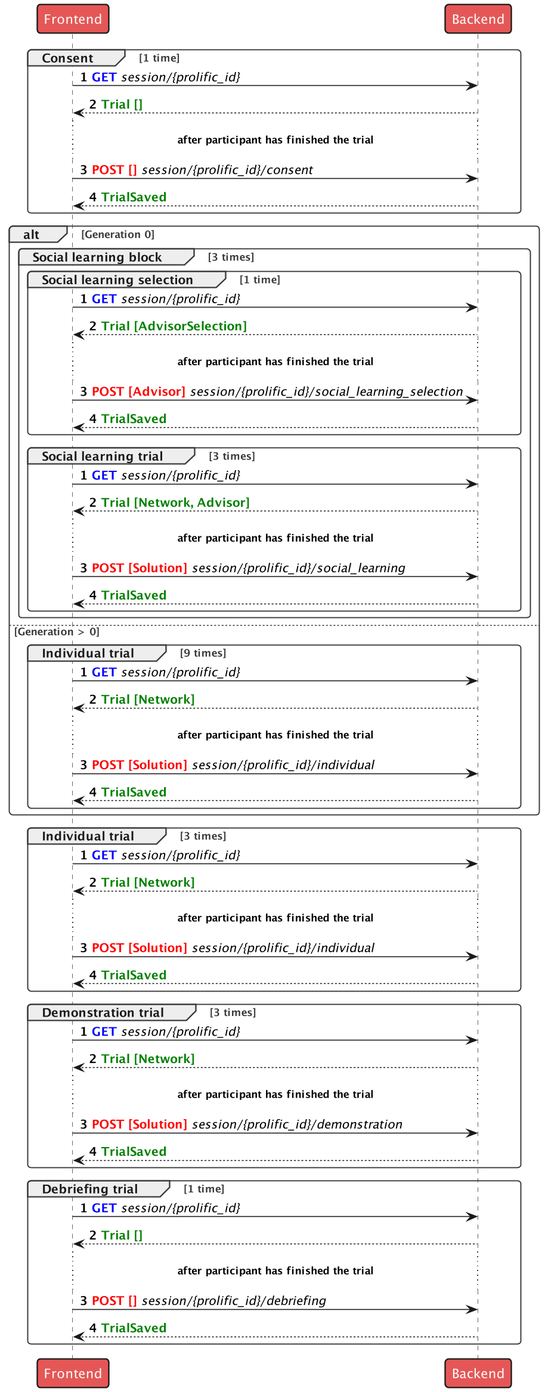
Above: docs/backend-frontend.png in LBrinkmann/reward-networks-iii-experiment (PlantUML), before the change. Source of this version:
```plantuml
@startuml
!include https://raw.githubusercontent.com/future-architect/puml-themes/master/themes/puml-theme-mars.puml
skinparam backgroundColor white
skinparam dpi 150

autonumber
group Consent [1 time]
    Frontend -> Backend: <color blue>**GET**</color> //session/{prolific_id}//
    Backend --> Frontend: <color green>**Trial []**</color>

... **after participant has finished the trial** ...

    Frontend -> Backend: <color red>**POST []**</color> //session/{prolific_id}/consent//
    Backend --> Frontend: <color green>**TrialSaved**</color>
end

alt Generation 0

group Social learning block [3 times]
    autonumber

    group Social learning selection [1 time]
        Frontend -> Backend: <color blue>**GET**</color> //session/{prolific_id}//
        Backend --> Frontend: <color green>**Trial [AdvisorSelection]**</color>

    ... **after participant has finished the trial** ...

        Frontend -> Backend: <color red>**POST [Advisor]**</color> //session/{prolific_id}/social_learning_selection//
        Backend --> Frontend: <color green>**TrialSaved**</color>
    end

    autonumber

    group Social learning trial [3 times]
        Frontend -> Backend: <color blue>**GET**</color> //session/{prolific_id}//
        Backend --> Frontend: <color green>**Trial [Network, Advisor]**</color>

    ... **after participant has finished the trial** ...

        Frontend -> Backend: <color red>**POST [Solution]**</color> //session/{prolific_id}/social_learning//
        Backend --> Frontend: <color green>**TrialSaved**</color>
    end

end

else Generation > 0
    autonumber

    group Individual trial [9 times]
    Frontend -> Backend: <color blue>**GET**</color> //session/{prolific_id}//
    Backend --> Frontend: <color green>**Trial [Network]**</color>

    ... **after participant has finished the trial** ...

    Frontend -> Backend: <color red>**POST [Solution]**</color> //session/{prolific_id}/individual//
    Backend --> Frontend: <color green>**TrialSaved**</color>
end

end


autonumber

group Individual trial [3 times]
    Frontend -> Backend: <color blue>**GET**</color> //session/{prolific_id}//
    Backend --> Frontend: <color green>**Trial [Network]**</color>

... **after participant has finished the trial** ...

    Frontend -> Backend: <color red>**POST [Solution]**</color> //session/{prolific_id}/individual//
    Backend --> Frontend: <color green>**TrialSaved**</color>
end

autonumber
group Demonstration trial [3 times]
    Frontend -> Backend: <color blue>**GET**</color> //session/{prolific_id}//
    Backend --> Frontend: <color green>**Trial [Network]**</color>

... **after participant has finished the trial** ...

    Frontend -> Backend: <color red>**POST [Solution]**</color> //session/{prolific_id}/demonstration//
    Backend --> Frontend: <color green>**TrialSaved**</color>
end


autonumber
group Debriefing trial [1 time]
    Frontend -> Backend: <color blue>**GET**</color> //session/{prolific_id}//
    Backend --> Frontend: <color green>**Trial []**</color>

... **after participant has finished the trial** ...

    Frontend -> Backend: <color red>**POST []**</color> //session/{prolific_id}/debriefing//
    Backend --> Frontend: <color green>**TrialSaved**</color>
end

@enduml
```
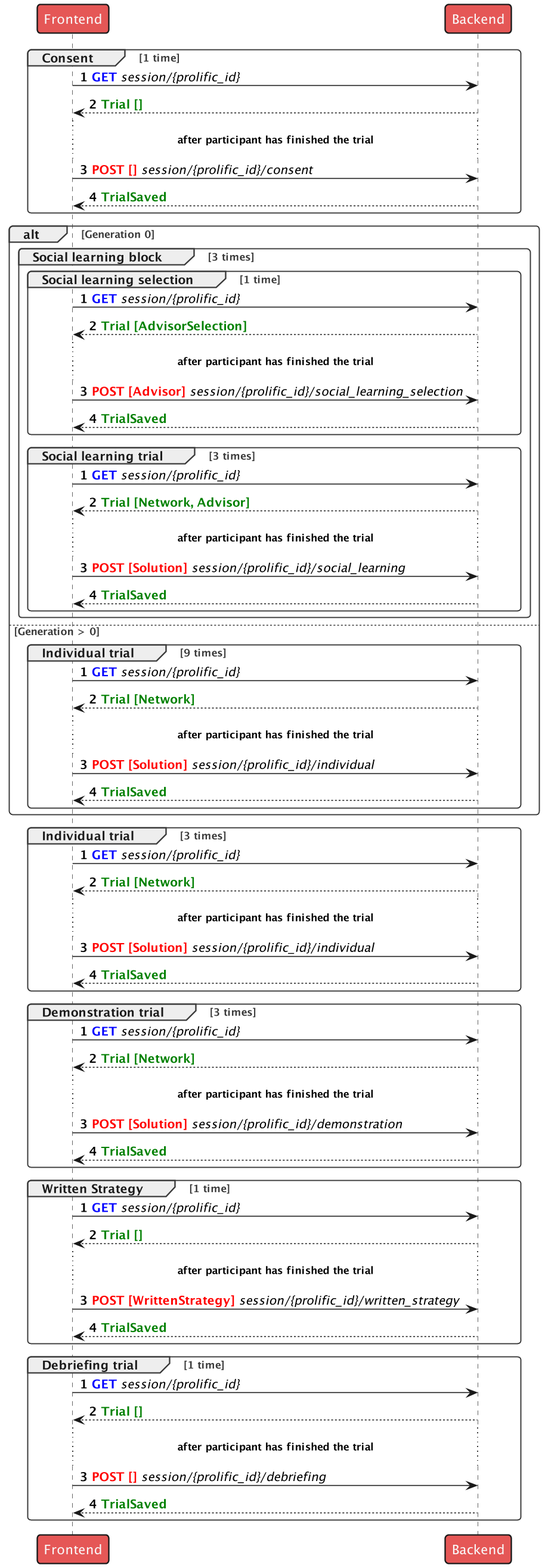
After the change.

Diff of the diagram source:
```diff
@@ -82,6 +82,17 @@
     Backend --> Frontend: <color green>**TrialSaved**</color>
 end
 
+autonumber
+group Written Strategy [1 time]
+    Frontend -> Backend: <color blue>**GET**</color> //session/{prolific_id}//
+    Backend --> Frontend: <color green>**Trial []**</color>
+
+... **after participant has finished the trial** ...
+
+    Frontend -> Backend: <color red>**POST [WrittenStrategy]**</color> //session/{prolific_id}/written_strategy//
+    Backend --> Frontend: <color green>**TrialSaved**</color>
+end
+
 
 autonumber
 group Debriefing trial [1 time]
```
